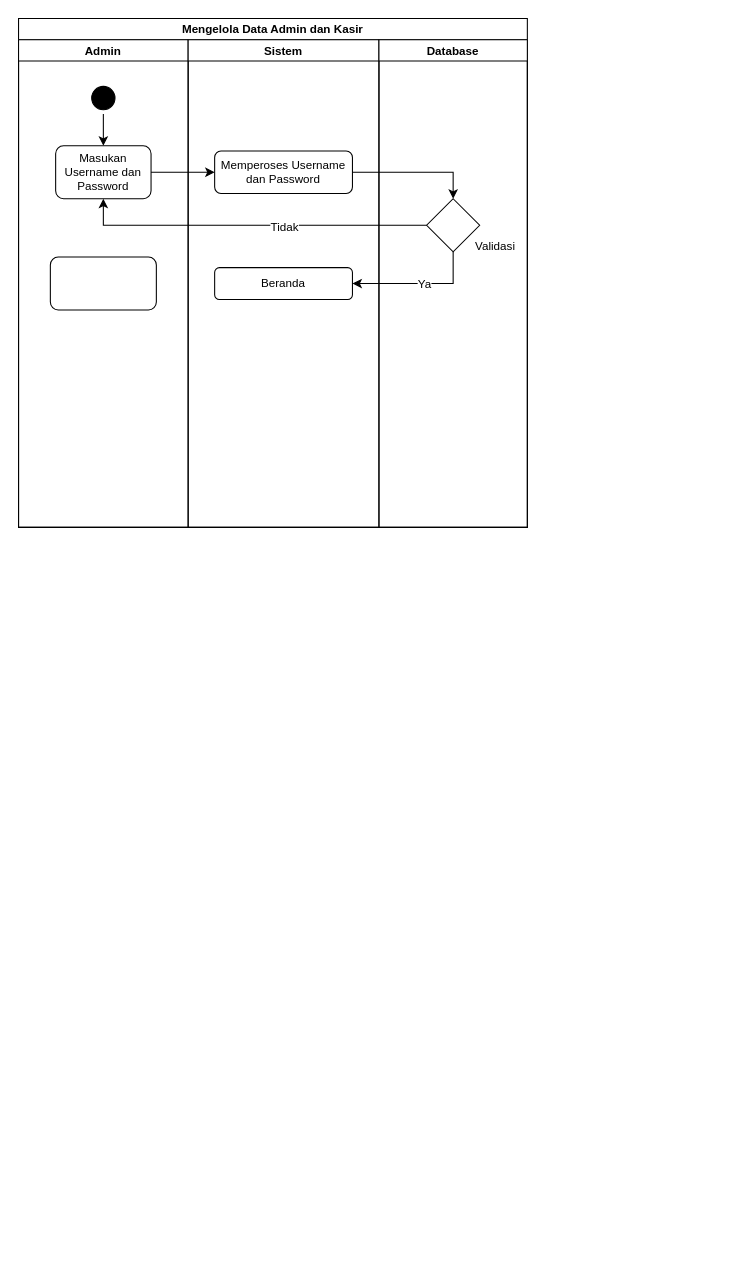
Above: page "Mengelola Data Admin dan Kasir" (9 of 12) of Untitled Diagram.drawio in WildanMaulana17/admin.cafe17purwokerto (draw.io), before the change. Source tidied: cells renumbered, new cells numbered last; positions are measured from the earlier drawing's top-left corner, leaving out a move shared by most shapes. Both pictures are drawn from the tidied source at 106%, with x=0, y=0 at pixel (18, 18).
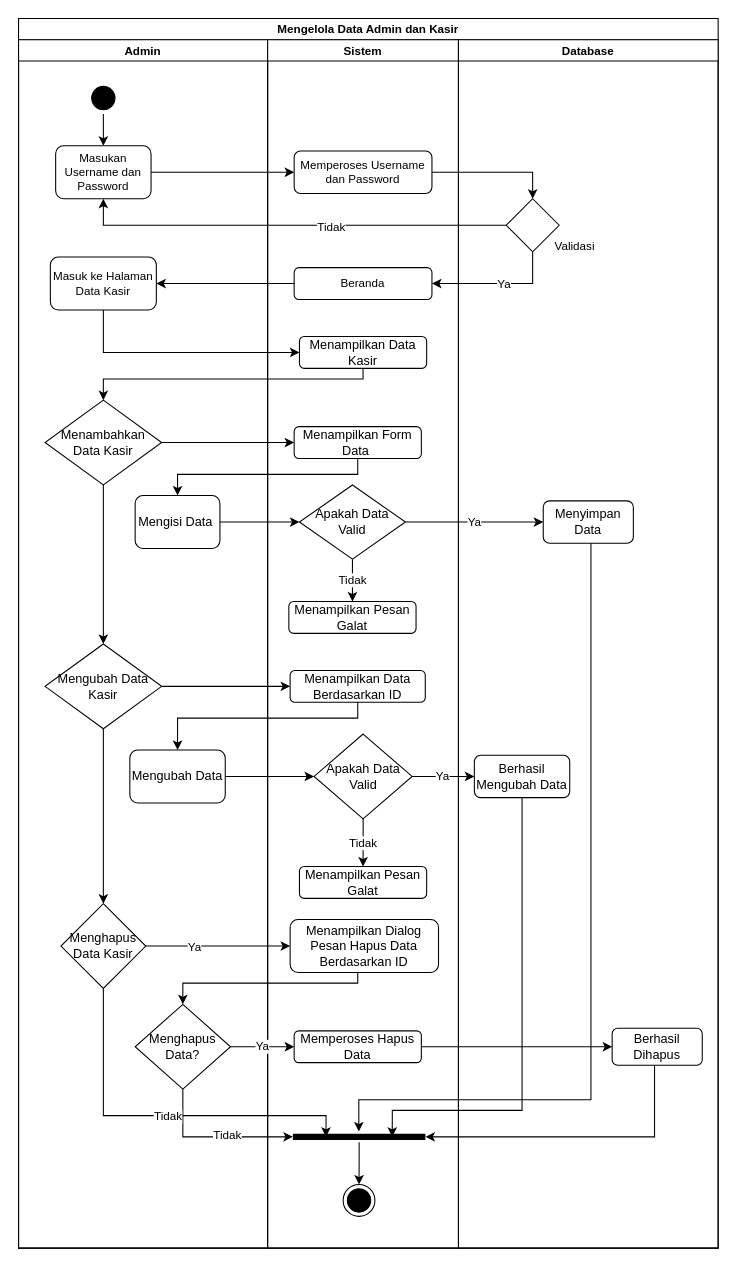
The same diagram, later.

Unchanged cells that the change refers to:
```xml
<mxCell id="10" value="Beranda" style="rounded=1;whiteSpace=wrap;html=1;fontSize=11;strokeColor=#000000;" parent="8" vertex="1">
  <mxGeometry x="25" y="215" width="130" height="30" as="geometry" />
</mxCell>
<mxCell id="12" style="rhombus;whiteSpace=wrap;html=1;fontSize=11;strokeColor=#000000;" parent="11" vertex="1">
  <mxGeometry x="45" y="150" width="50" height="50" as="geometry" />
</mxCell>
```

The edit, as a diff of the source:
```diff
@@
     <mxCell id="2" value="Mengelola Data Admin dan Kasir" style="swimlane;startSize=20;fontSize=11;strokeColor=#000000;" parent="1" vertex="1">
-      <mxGeometry width="480" height="480" as="geometry" />
+      <mxGeometry width="660" height="1160" as="geometry" />
     </mxCell>
     <mxCell id="3" value="Admin" style="swimlane;startSize=20;fontSize=11;strokeColor=#000000;" parent="2" vertex="1">
-      <mxGeometry y="20" width="160" height="460" as="geometry" />
+      <mxGeometry y="20" width="235" height="1140" as="geometry" />
     </mxCell>
@@
-    <mxCell id="7" style="rounded=1;whiteSpace=wrap;html=1;fontSize=11;strokeColor=#000000;" parent="3" vertex="1">
+    <mxCell id="7" value="Masuk ke Halaman Data Kasir" style="rounded=1;whiteSpace=wrap;html=1;fontSize=11;strokeColor=#000000;" parent="3" vertex="1">
       <mxGeometry x="30" y="205" width="100" height="50" as="geometry" />
     </mxCell>
+    <mxCell id="20" value="Mengisi Data&amp;nbsp;" style="rounded=1;whiteSpace=wrap;html=1;strokeColor=#000000;" parent="3" vertex="1">
+      <mxGeometry x="110" y="430" width="80" height="50" as="geometry" />
+    </mxCell>
+    <mxCell id="21" style="edgeStyle=orthogonalEdgeStyle;rounded=0;jettySize=auto;html=1;entryX=0.5;entryY=0;entryDx=0;entryDy=0;" parent="3" edge="1" source="22" target="24">
+      <mxGeometry relative="1" as="geometry" />
+    </mxCell>
+    <mxCell id="22" value="Menambahkan Data Kasir" style="rhombus;whiteSpace=wrap;html=1;" parent="3" vertex="1">
+      <mxGeometry x="25" y="340" width="110" height="80" as="geometry" />
+    </mxCell>
+    <mxCell id="23" style="edgeStyle=orthogonalEdgeStyle;rounded=0;jettySize=auto;html=1;entryX=0.5;entryY=0;entryDx=0;entryDy=0;" parent="3" edge="1" source="24" target="26">
+      <mxGeometry relative="1" as="geometry" />
+    </mxCell>
+    <mxCell id="24" value="Mengubah Data Kasir" style="rhombus;whiteSpace=wrap;html=1;" parent="3" vertex="1">
+      <mxGeometry x="25" y="570" width="110" height="80" as="geometry" />
+    </mxCell>
+    <mxCell id="25" value="Mengubah Data" style="rounded=1;whiteSpace=wrap;html=1;strokeColor=#000000;" parent="3" vertex="1">
+      <mxGeometry x="105" y="670" width="90" height="50" as="geometry" />
+    </mxCell>
+    <mxCell id="26" value="Menghapus Data Kasir" style="rhombus;whiteSpace=wrap;html=1;" parent="3" vertex="1">
+      <mxGeometry x="40" y="815" width="80" height="80" as="geometry" />
+    </mxCell>
+    <mxCell id="27" value="Menghapus Data?" style="rhombus;whiteSpace=wrap;html=1;" parent="3" vertex="1">
+      <mxGeometry x="110" y="910" width="90" height="80" as="geometry" />
+    </mxCell>
     <mxCell id="8" value="Sistem" style="swimlane;startSize=20;fontSize=11;strokeColor=#000000;" parent="2" vertex="1">
-      <mxGeometry x="160" y="20" width="180" height="460" as="geometry" />
+      <mxGeometry x="235" y="20" width="180" height="1140" as="geometry" />
     </mxCell>
@@
+    <mxCell id="28" value="Menampilkan Data Kasir" style="rounded=1;whiteSpace=wrap;html=1;strokeColor=#000000;" parent="8" vertex="1">
+      <mxGeometry x="30" y="280" width="120" height="30" as="geometry" />
+    </mxCell>
+    <mxCell id="29" value="Menampilkan Form Data&amp;nbsp;" style="rounded=1;whiteSpace=wrap;html=1;strokeColor=#000000;" parent="8" vertex="1">
+      <mxGeometry x="25" y="365" width="120" height="30" as="geometry" />
+    </mxCell>
+    <mxCell id="30" value="Tidak" style="edgeStyle=orthogonalEdgeStyle;rounded=0;jettySize=auto;html=1;" parent="8" edge="1" source="31" target="32">
+      <mxGeometry relative="1" as="geometry" />
+    </mxCell>
+    <mxCell id="31" value="Apakah Data Valid" style="rhombus;whiteSpace=wrap;html=1;strokeColor=#000000;" parent="8" vertex="1">
+      <mxGeometry x="30" y="420" width="100" height="70" as="geometry" />
+    </mxCell>
+    <mxCell id="32" value="Menampilkan Pesan Galat" style="rounded=1;whiteSpace=wrap;html=1;strokeColor=#000000;" parent="8" vertex="1">
+      <mxGeometry x="20" y="530" width="120" height="30" as="geometry" />
+    </mxCell>
+    <mxCell id="33" value="Menampilkan Data Berdasarkan ID" style="rounded=1;whiteSpace=wrap;html=1;strokeColor=#000000;" parent="8" vertex="1">
+      <mxGeometry x="21.2" y="595" width="127.5" height="30" as="geometry" />
+    </mxCell>
+    <mxCell id="34" value="Tidak" style="edgeStyle=orthogonalEdgeStyle;rounded=0;jettySize=auto;html=1;entryX=0.5;entryY=0;entryDx=0;entryDy=0;" parent="8" edge="1" source="35" target="36">
+      <mxGeometry relative="1" as="geometry" />
+    </mxCell>
+    <mxCell id="35" value="Apakah Data Valid" style="rhombus;whiteSpace=wrap;html=1;" parent="8" vertex="1">
+      <mxGeometry x="43.8" y="655" width="92.5" height="80" as="geometry" />
+    </mxCell>
+    <mxCell id="36" value="Menampilkan Pesan Galat" style="rounded=1;whiteSpace=wrap;html=1;strokeColor=#000000;" parent="8" vertex="1">
+      <mxGeometry x="30" y="780" width="120" height="30" as="geometry" />
+    </mxCell>
+    <mxCell id="37" value="Menampilkan Dialog Pesan Hapus Data Berdasarkan ID" style="rounded=1;whiteSpace=wrap;html=1;strokeColor=#000000;" parent="8" vertex="1">
+      <mxGeometry x="21.2" y="830" width="140" height="50" as="geometry" />
+    </mxCell>
+    <mxCell id="38" value="Memperoses Hapus Data" style="rounded=1;whiteSpace=wrap;html=1;strokeColor=#000000;" parent="8" vertex="1">
+      <mxGeometry x="25" y="935" width="120" height="30" as="geometry" />
+    </mxCell>
+    <mxCell id="39" style="ellipse;html=1;shape=endState;fillColor=#000000;strokeColor=#000000;" parent="8" vertex="1">
+      <mxGeometry x="71.2" y="1080" width="30" height="30" as="geometry" />
+    </mxCell>
+    <mxCell id="40" style="edgeStyle=orthogonalEdgeStyle;rounded=0;jettySize=auto;html=1;entryX=0.5;entryY=0;entryDx=0;entryDy=0;strokeColor=#000000;" parent="8" edge="1" source="41" target="39">
+      <mxGeometry relative="1" as="geometry" />
+    </mxCell>
+    <mxCell id="41" style="shape=line;html=1;strokeWidth=6;strokeColor=#000000;" parent="8" vertex="1">
+      <mxGeometry x="23.8" y="1030" width="125" height="10" as="geometry" />
+    </mxCell>
     <mxCell id="11" value="Database" style="swimlane;startSize=20;fontSize=11;strokeColor=#000000;" parent="2" vertex="1">
-      <mxGeometry x="340" y="20" width="140" height="460" as="geometry" />
+      <mxGeometry x="415" y="20" width="245" height="1140" as="geometry" />
     </mxCell>
@@
+    <mxCell id="42" value="Menyimpan Data" style="rounded=1;whiteSpace=wrap;html=1;strokeColor=#000000;" parent="11" vertex="1">
+      <mxGeometry x="80" y="435" width="85" height="40" as="geometry" />
+    </mxCell>
+    <mxCell id="43" value="Berhasil Mengubah Data" style="rounded=1;whiteSpace=wrap;html=1;strokeColor=#000000;" parent="11" vertex="1">
+      <mxGeometry x="15" y="675" width="90" height="40" as="geometry" />
+    </mxCell>
+    <mxCell id="44" value="Berhasil Dihapus" style="rounded=1;whiteSpace=wrap;html=1;" parent="11" vertex="1">
+      <mxGeometry x="145" y="932.5" width="85" height="35" as="geometry" />
+    </mxCell>
@@
     <mxCell id="18" style="edgeStyle=orthogonalEdgeStyle;rounded=0;jettySize=auto;html=1;entryX=1;entryY=0.5;entryDx=0;entryDy=0;fontSize=11;strokeColor=#000000;" parent="2" edge="1" source="12" target="10">
       <mxGeometry relative="1" as="geometry">
         <Array as="points">
-          <mxPoint x="410" y="250" />
+          <mxPoint x="485" y="250" />
         </Array>
       </mxGeometry>
     </mxCell>
@@
+    <mxCell id="45" style="edgeStyle=orthogonalEdgeStyle;rounded=0;jettySize=auto;html=1;entryX=1;entryY=0.5;entryDx=0;entryDy=0;strokeColor=#000000;" parent="2" edge="1" source="10" target="7">
+      <mxGeometry relative="1" as="geometry" />
+    </mxCell>
+    <mxCell id="46" style="edgeStyle=orthogonalEdgeStyle;rounded=0;jettySize=auto;html=1;entryX=0;entryY=0.5;entryDx=0;entryDy=0;strokeColor=#000000;" parent="2" edge="1" source="7" target="28">
+      <mxGeometry relative="1" as="geometry">
+        <Array as="points">
+          <mxPoint x="80" y="315" />
+        </Array>
+      </mxGeometry>
+    </mxCell>
+    <mxCell id="47" style="edgeStyle=orthogonalEdgeStyle;rounded=0;jettySize=auto;html=1;entryX=0;entryY=0.5;entryDx=0;entryDy=0;" parent="2" edge="1" source="22" target="29">
+      <mxGeometry relative="1" as="geometry" />
+    </mxCell>
+    <mxCell id="48" style="edgeStyle=orthogonalEdgeStyle;rounded=0;jettySize=auto;html=1;entryX=0.5;entryY=0;entryDx=0;entryDy=0;" parent="2" edge="1" source="29" target="20">
+      <mxGeometry relative="1" as="geometry">
+        <Array as="points">
+          <mxPoint x="320" y="430" />
+          <mxPoint x="150" y="430" />
+        </Array>
+      </mxGeometry>
+    </mxCell>
+    <mxCell id="49" value="Ya" style="edgeStyle=orthogonalEdgeStyle;rounded=0;jettySize=auto;html=1;" parent="2" edge="1" source="31" target="42">
+      <mxGeometry relative="1" as="geometry" />
+    </mxCell>
+    <mxCell id="50" style="edgeStyle=orthogonalEdgeStyle;rounded=0;jettySize=auto;html=1;entryX=0;entryY=0.5;entryDx=0;entryDy=0;" parent="2" edge="1" source="24" target="33">
+      <mxGeometry relative="1" as="geometry" />
+    </mxCell>
+    <mxCell id="51" style="edgeStyle=orthogonalEdgeStyle;rounded=0;jettySize=auto;html=1;entryX=0.5;entryY=0;entryDx=0;entryDy=0;" parent="2" edge="1" source="33" target="25">
+      <mxGeometry relative="1" as="geometry">
+        <Array as="points">
+          <mxPoint x="320" y="660" />
+          <mxPoint x="150" y="660" />
+        </Array>
+      </mxGeometry>
+    </mxCell>
+    <mxCell id="52" style="edgeStyle=orthogonalEdgeStyle;rounded=0;jettySize=auto;html=1;entryX=0;entryY=0.5;entryDx=0;entryDy=0;" parent="2" edge="1" source="20" target="31">
+      <mxGeometry relative="1" as="geometry" />
+    </mxCell>
+    <mxCell id="53" style="edgeStyle=orthogonalEdgeStyle;rounded=0;jettySize=auto;html=1;" parent="2" edge="1" source="25" target="35">
+      <mxGeometry relative="1" as="geometry" />
+    </mxCell>
+    <mxCell id="54" value="Ya" style="edgeStyle=orthogonalEdgeStyle;rounded=0;jettySize=auto;html=1;entryX=0;entryY=0.5;entryDx=0;entryDy=0;" parent="2" edge="1" source="35" target="43">
+      <mxGeometry relative="1" as="geometry" />
+    </mxCell>
+    <mxCell id="55" style="edgeStyle=orthogonalEdgeStyle;rounded=0;jettySize=auto;html=1;entryX=0.5;entryY=0;entryDx=0;entryDy=0;" parent="2" edge="1" source="28" target="22">
+      <mxGeometry relative="1" as="geometry">
+        <Array as="points">
+          <mxPoint x="325" y="340" />
+          <mxPoint x="80" y="340" />
+        </Array>
+      </mxGeometry>
+    </mxCell>
+    <mxCell id="56" style="edgeStyle=orthogonalEdgeStyle;rounded=0;jettySize=auto;html=1;entryX=0;entryY=0.5;entryDx=0;entryDy=0;" parent="2" edge="1" source="26" target="37">
+      <mxGeometry relative="1" as="geometry" />
+    </mxCell>
+    <mxCell id="57" value="Ya" style="edgeLabel;html=1;align=center;verticalAlign=middle;" parent="56" vertex="1">
+      <mxGeometry x="-0.34" relative="1" as="geometry" />
+    </mxCell>
+    <mxCell id="58" style="edgeStyle=orthogonalEdgeStyle;rounded=0;jettySize=auto;html=1;entryX=0.5;entryY=0;entryDx=0;entryDy=0;" parent="2" edge="1" source="37" target="27">
+      <mxGeometry relative="1" as="geometry">
+        <Array as="points">
+          <mxPoint x="320" y="910" />
+          <mxPoint x="155" y="910" />
+        </Array>
+      </mxGeometry>
+    </mxCell>
+    <mxCell id="59" value="Ya" style="edgeStyle=orthogonalEdgeStyle;rounded=0;jettySize=auto;html=1;entryX=0;entryY=0.5;entryDx=0;entryDy=0;" parent="2" edge="1" source="27" target="38">
+      <mxGeometry relative="1" as="geometry" />
+    </mxCell>
+    <mxCell id="60" style="edgeStyle=orthogonalEdgeStyle;rounded=0;jettySize=auto;html=1;entryX=0;entryY=0.5;entryDx=0;entryDy=0;" parent="2" edge="1" source="38" target="44">
+      <mxGeometry relative="1" as="geometry" />
+    </mxCell>
+    <mxCell id="61" style="edgeStyle=orthogonalEdgeStyle;rounded=0;jettySize=auto;html=1;entryX=1;entryY=0.5;entryDx=0;entryDy=0;entryPerimeter=0;strokeColor=#000000;" parent="2" edge="1" source="44" target="41">
+      <mxGeometry relative="1" as="geometry">
+        <Array as="points">
+          <mxPoint x="600" y="1055" />
+        </Array>
+      </mxGeometry>
+    </mxCell>
+    <mxCell id="62" style="edgeStyle=orthogonalEdgeStyle;rounded=0;jettySize=auto;html=1;entryX=0;entryY=0.5;entryDx=0;entryDy=0;entryPerimeter=0;strokeColor=#000000;" parent="2" edge="1" source="27" target="41">
+      <mxGeometry relative="1" as="geometry">
+        <Array as="points">
+          <mxPoint x="155" y="1055" />
+        </Array>
+      </mxGeometry>
+    </mxCell>
+    <mxCell id="63" value="Tidak" style="edgeLabel;html=1;align=center;verticalAlign=middle;" parent="62" vertex="1">
+      <mxGeometry x="0.16" y="2" relative="1" as="geometry" />
+    </mxCell>
+    <mxCell id="64" style="edgeStyle=orthogonalEdgeStyle;rounded=0;jettySize=auto;html=1;entryX=0.25;entryY=0.5;entryDx=0;entryDy=0;entryPerimeter=0;strokeColor=#000000;" parent="2" edge="1" source="26" target="41">
+      <mxGeometry relative="1" as="geometry">
+        <Array as="points">
+          <mxPoint x="80" y="1035" />
+          <mxPoint x="290" y="1035" />
+        </Array>
+      </mxGeometry>
+    </mxCell>
+    <mxCell id="65" value="Tidak" style="edgeLabel;html=1;align=center;verticalAlign=middle;" parent="64" vertex="1">
+      <mxGeometry x="0.03" relative="1" as="geometry" />
+    </mxCell>
+    <mxCell id="66" style="edgeStyle=orthogonalEdgeStyle;rounded=0;jettySize=auto;html=1;entryX=0.75;entryY=0.5;entryDx=0;entryDy=0;entryPerimeter=0;strokeColor=#000000;" parent="2" edge="1" source="43" target="41">
+      <mxGeometry relative="1" as="geometry">
+        <Array as="points">
+          <mxPoint x="475" y="1030" />
+          <mxPoint x="353" y="1030" />
+        </Array>
+      </mxGeometry>
+    </mxCell>
+    <mxCell id="67" style="edgeStyle=orthogonalEdgeStyle;rounded=0;jettySize=auto;html=1;strokeColor=#000000;" parent="2" edge="1" source="42" target="41">
+      <mxGeometry relative="1" as="geometry">
+        <Array as="points">
+          <mxPoint x="540" y="1020" />
+          <mxPoint x="321" y="1020" />
+        </Array>
+      </mxGeometry>
+    </mxCell>
```
